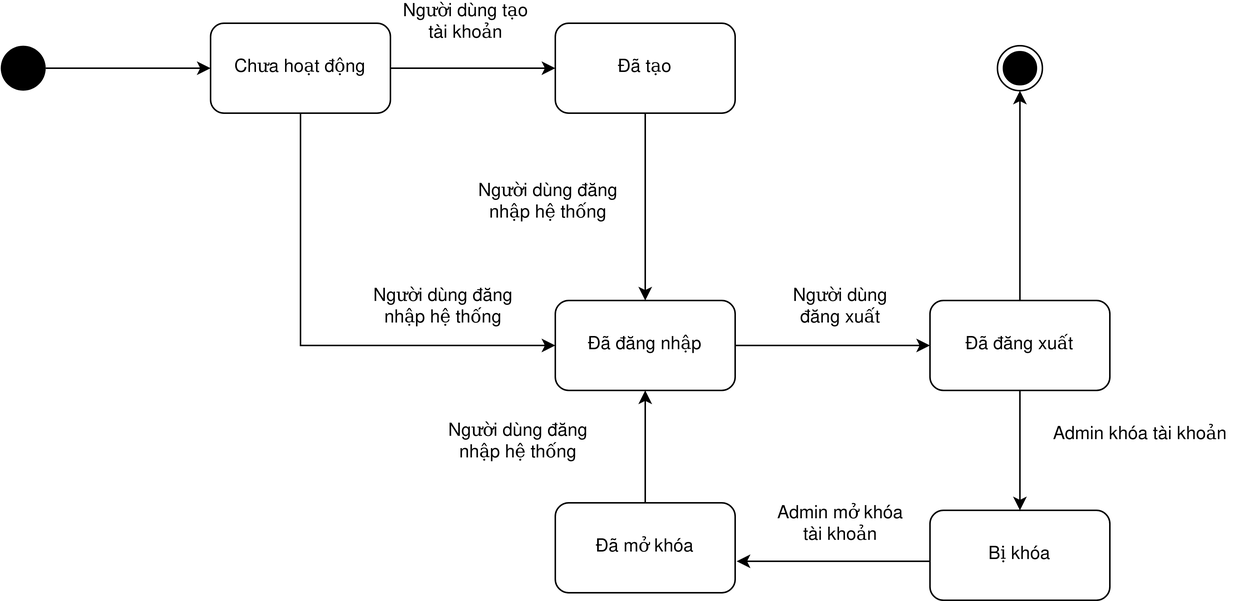
Before: ToDoApp-Doc/Document/Diagram/State Machine Diagram/Login/Login.png, a diagram exported from draw.io (Merevoli-DatLuu/To-Do-App). Source tidied: cells renumbered, new cells last; positions are measured from the earlier drawing's top-left corner, leaving out a move shared by most shapes.
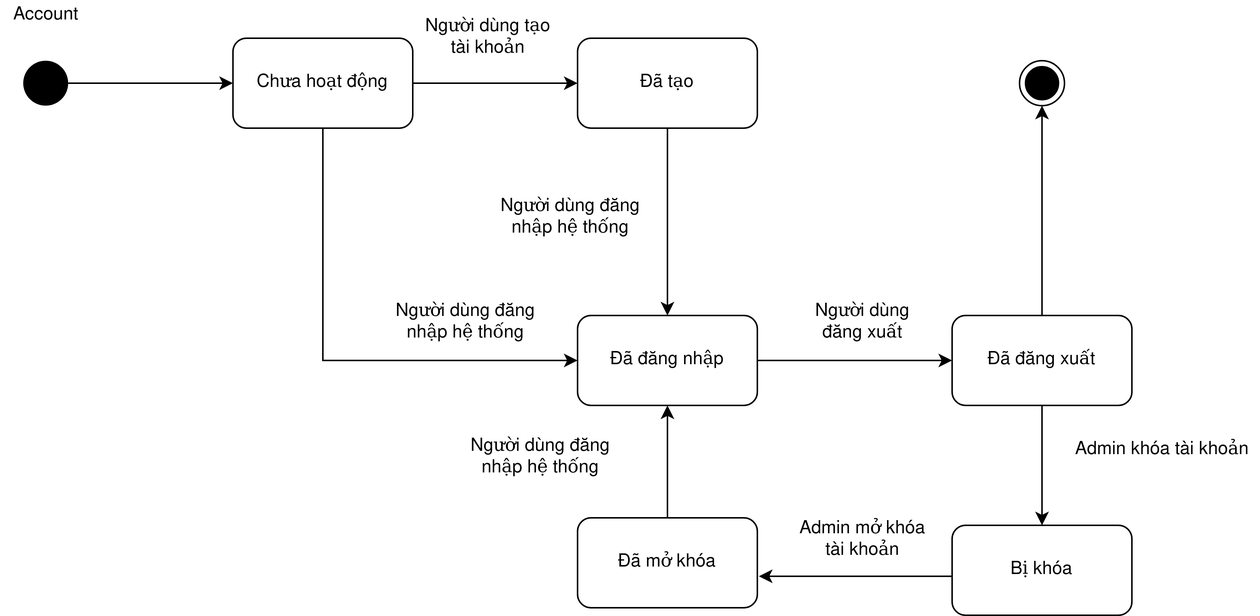
Above is the later version.

Commit message:
[Document, Modified]: Login.png StateDiagram

What changed in the source:
```diff
@@ -84,5 +84,8 @@
     <mxCell id="25" value="&lt;div&gt;Admin mở khóa&lt;/div&gt;&lt;div&gt;tài khoản&lt;/div&gt;" style="text;html=1;align=center;verticalAlign=middle;" parent="1" vertex="1">
       <mxGeometry x="510" y="335" width="100" height="30" as="geometry" />
     </mxCell>
+    <mxCell id="26" value="Account" style="text;html=1;align=center;verticalAlign=middle;" parent="1" vertex="1">
+      <mxGeometry x="-15" y="-10" width="60" height="20" as="geometry" />
+    </mxCell>
   </root>
 </mxGraphModel>
```
